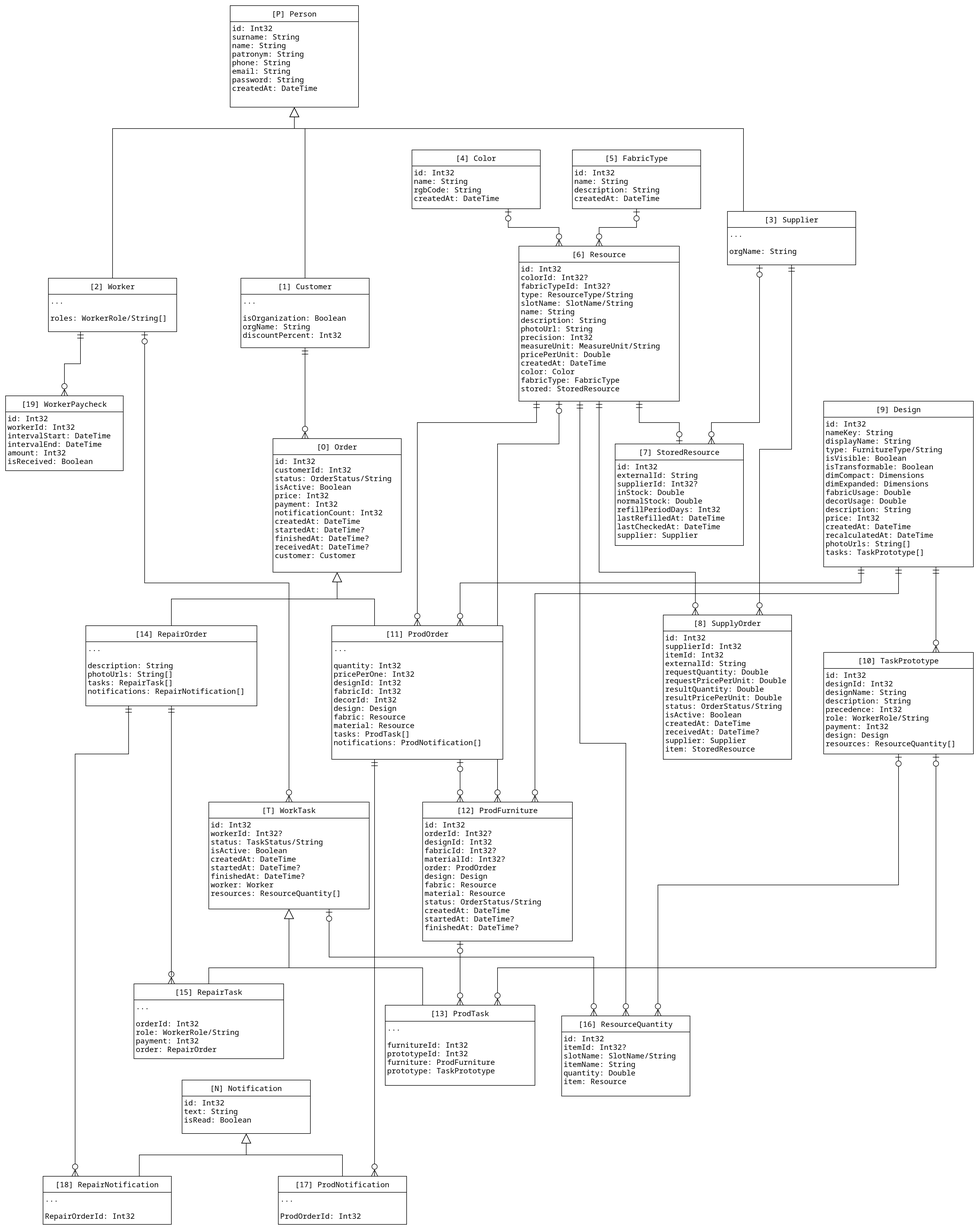
The draw.io diagram science/datamodel-v3.png in dmitriynaumov1024/fwsh, before a commit. Source tidied: cells renumbered, new cells last; positions are measured from the earlier drawing's top-left corner, leaving out a move shared by most shapes.
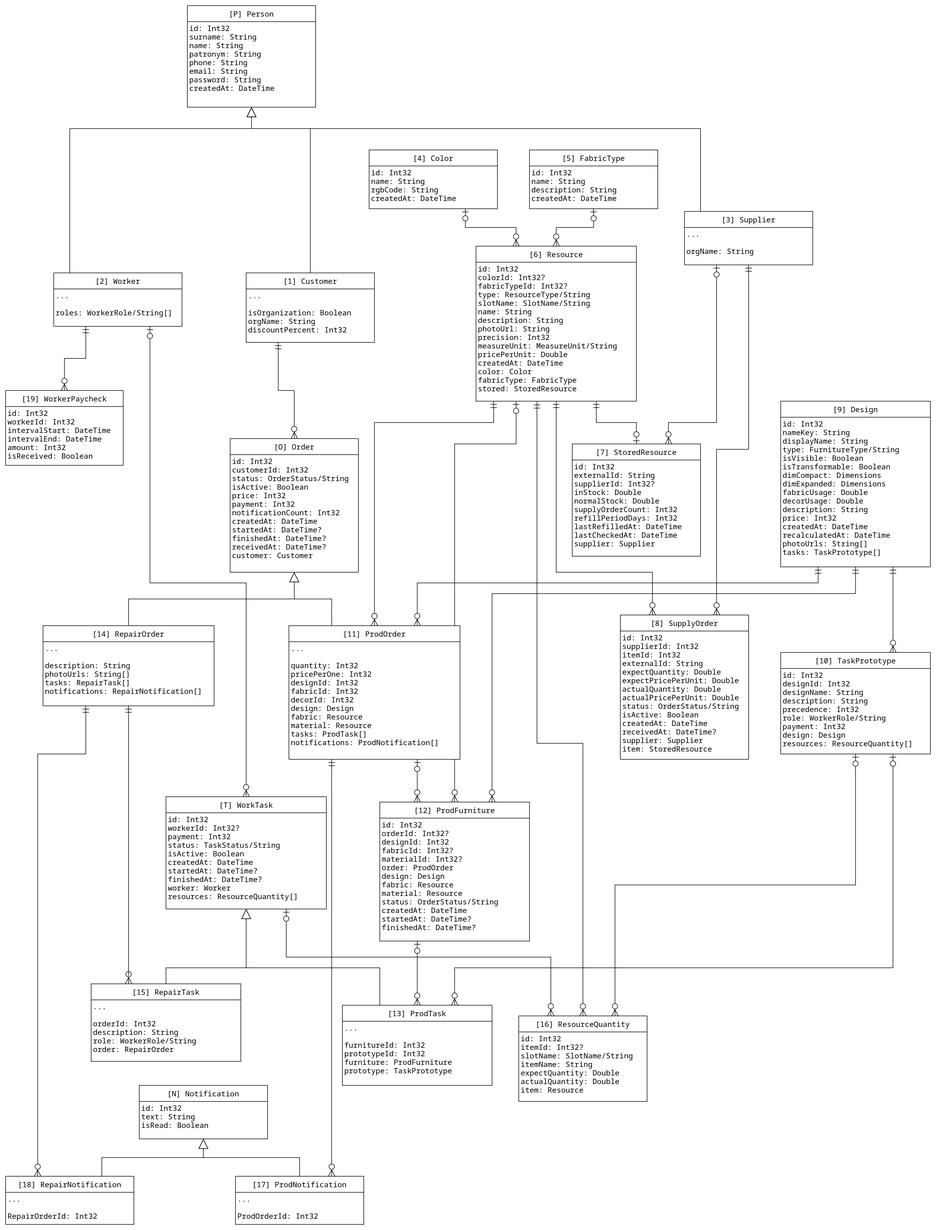
After the commit.

Commit message:
science: update datamodel-v3

Change to the diagram source:
```diff
@@ -25,27 +25,27 @@
       <mxGeometry x="420" y="30" width="240" height="160" as="geometry" />
     </mxCell>
     <mxCell id="6" value="[1] Customer" style="rounded=0;whiteSpace=wrap;html=1;fontFamily=Noto Sans Mono;fontSize=14;" parent="1" vertex="1">
-      <mxGeometry x="440" y="510" width="240" height="30" as="geometry" />
+      <mxGeometry x="530" y="500" width="240" height="30" as="geometry" />
     </mxCell>
-    <mxCell id="7" style="edgeStyle=orthogonalEdgeStyle;rounded=0;jettySize=auto;html=1;exitX=0.5;exitY=1;exitDx=0;exitDy=0;entryX=0.25;entryY=0;entryDx=0;entryDy=0;fontFamily=Noto Sans Mono;fontSize=14;startArrow=ERmandOne;startFill=0;endArrow=ERzeroToMany;endFill=0;endSize=10;startSize=10;" parent="1" edge="1" source="8" target="48">
+    <mxCell id="7" style="edgeStyle=orthogonalEdgeStyle;rounded=0;jettySize=auto;html=1;exitX=0.25;exitY=1;exitDx=0;exitDy=0;entryX=0.5;entryY=0;entryDx=0;entryDy=0;fontFamily=Noto Sans Mono;fontSize=14;startArrow=ERmandOne;startFill=0;endArrow=ERzeroToMany;endFill=0;endSize=10;startSize=10;" parent="1" edge="1" source="8" target="48">
       <mxGeometry relative="1" as="geometry" />
     </mxCell>
     <mxCell id="8" value="...&lt;br&gt;&lt;br&gt;isOrganization: Boolean&lt;br&gt;orgName: String&lt;br&gt;discountPercent: Int32" style="rounded=0;whiteSpace=wrap;html=1;fontFamily=Noto Sans Mono;fontSize=14;spacing=0;spacingLeft=4;align=left;verticalAlign=top;" parent="1" vertex="1">
-      <mxGeometry x="440" y="540" width="240" height="100" as="geometry" />
+      <mxGeometry x="530" y="530" width="240" height="100" as="geometry" />
     </mxCell>
     <mxCell id="9" style="endArrow=block;endSize=16;endFill=0;html=1;rounded=0;fontFamily=Noto Sans Mono;fontSize=14;entryX=0.5;entryY=1;entryDx=0;entryDy=0;exitX=0.5;exitY=0;exitDx=0;exitDy=0;edgeStyle=orthogonalEdgeStyle;" parent="1" edge="1" source="6" target="5">
       <mxGeometry relative="1" as="geometry">
         <Array as="points">
-          <mxPoint x="560" y="230" />
+          <mxPoint x="650" y="230" />
           <mxPoint x="540" y="230" />
         </Array>
       </mxGeometry>
     </mxCell>
     <mxCell id="10" value="[2] Worker" style="rounded=0;whiteSpace=wrap;html=1;fontFamily=Noto Sans Mono;fontSize=14;" parent="1" vertex="1">
-      <mxGeometry x="80" y="510" width="240" height="30" as="geometry" />
+      <mxGeometry x="170" y="500" width="240" height="30" as="geometry" />
     </mxCell>
     <mxCell id="11" value="...&lt;br&gt;&lt;br&gt;roles: WorkerRole/String[]" style="rounded=0;whiteSpace=wrap;html=1;fontFamily=Noto Sans Mono;fontSize=14;spacing=0;spacingLeft=4;align=left;verticalAlign=top;" parent="1" vertex="1">
-      <mxGeometry x="80" y="540" width="240" height="70" as="geometry" />
+      <mxGeometry x="170" y="530" width="240" height="70" as="geometry" />
     </mxCell>
     <mxCell id="12" style="endArrow=block;endSize=16;endFill=0;html=1;rounded=0;fontFamily=Noto Sans Mono;fontSize=14;exitX=0.5;exitY=0;exitDx=0;exitDy=0;entryX=0.5;entryY=1;entryDx=0;entryDy=0;edgeStyle=orthogonalEdgeStyle;" parent="1" edge="1" source="10" target="5">
       <mxGeometry relative="1" as="geometry">
@@ -83,37 +83,32 @@
       <mxGeometry relative="1" as="geometry">
         <Array as="points">
           <mxPoint x="230" y="1400" />
-          <mxPoint x="130" y="1400" />
+          <mxPoint x="140" y="1400" />
         </Array>
       </mxGeometry>
     </mxCell>
     <mxCell id="20" value="[18] RepairNotification" style="rounded=0;whiteSpace=wrap;html=1;fontFamily=Noto Sans Mono;fontSize=14;" parent="1" vertex="1">
-      <mxGeometry x="70" y="2190" width="240" height="30" as="geometry" />
+      <mxGeometry x="80" y="2190" width="240" height="30" as="geometry" />
     </mxCell>
     <mxCell id="21" value="...&lt;br&gt;&lt;br&gt;RepairOrderId: Int32" style="rounded=0;whiteSpace=wrap;html=1;fontFamily=Noto Sans Mono;fontSize=14;spacing=0;spacingLeft=4;align=left;verticalAlign=top;" parent="1" vertex="1">
-      <mxGeometry x="70" y="2220" width="240" height="60" as="geometry" />
+      <mxGeometry x="80" y="2220" width="240" height="60" as="geometry" />
     </mxCell>
     <mxCell id="22" value="[N] Notification" style="rounded=0;whiteSpace=wrap;html=1;fontFamily=Noto Sans Mono;fontSize=14;" parent="1" vertex="1">
-      <mxGeometry x="330" y="2010" width="240" height="30" as="geometry" />
+      <mxGeometry x="330" y="2020" width="240" height="30" as="geometry" />
     </mxCell>
     <mxCell id="23" value="id: Int32&lt;br&gt;text: String&lt;br&gt;isRead: Boolean" style="rounded=0;whiteSpace=wrap;html=1;fontFamily=Noto Sans Mono;fontSize=14;spacing=0;spacingLeft=4;align=left;verticalAlign=top;" parent="1" vertex="1">
-      <mxGeometry x="330" y="2040" width="240" height="70" as="geometry" />
+      <mxGeometry x="330" y="2050" width="240" height="70" as="geometry" />
     </mxCell>
     <mxCell id="24" style="endArrow=block;endSize=16;endFill=0;html=1;rounded=0;fontFamily=Noto Sans Mono;fontSize=14;exitX=0.5;exitY=0;exitDx=0;exitDy=0;entryX=0.5;entryY=1;entryDx=0;entryDy=0;edgeStyle=orthogonalEdgeStyle;" parent="1" edge="1" source="17" target="23">
       <mxGeometry relative="1" as="geometry" />
     </mxCell>
     <mxCell id="25" style="endArrow=block;endSize=16;endFill=0;html=1;rounded=0;fontFamily=Noto Sans Mono;fontSize=14;exitX=0.75;exitY=0;exitDx=0;exitDy=0;entryX=0.5;entryY=1;entryDx=0;entryDy=0;edgeStyle=orthogonalEdgeStyle;" parent="1" edge="1" source="20" target="23">
-      <mxGeometry relative="1" as="geometry">
-        <Array as="points">
-          <mxPoint x="250" y="2150" />
-          <mxPoint x="450" y="2150" />
-        </Array>
-      </mxGeometry>
+      <mxGeometry relative="1" as="geometry" />
     </mxCell>
     <mxCell id="26" value="[8] SupplyOrder" style="rounded=0;whiteSpace=wrap;html=1;fontFamily=Noto Sans Mono;fontSize=14;" parent="1" vertex="1">
       <mxGeometry x="1230" y="1140" width="240" height="30" as="geometry" />
     </mxCell>
-    <mxCell id="27" value="id: Int32&lt;br&gt;supplierId: Int32&lt;br&gt;itemId: Int32&lt;br&gt;externalId: String&lt;br&gt;requestQuantity: Double&lt;br&gt;requestPricePerUnit: Double&lt;br&gt;resultQuantity: Double&lt;br&gt;resultPricePerUnit: Double&lt;br&gt;status: OrderStatus/String&lt;br&gt;isActive: Boolean&lt;br&gt;createdAt: DateTime&lt;br&gt;receivedAt: DateTime?&lt;br&gt;supplier: Supplier&lt;br&gt;item: StoredResource&lt;br&gt;" style="rounded=0;whiteSpace=wrap;html=1;fontFamily=Noto Sans Mono;fontSize=14;spacing=0;spacingLeft=4;align=left;verticalAlign=top;" parent="1" vertex="1">
+    <mxCell id="27" value="id: Int32&lt;br&gt;supplierId: Int32&lt;br&gt;itemId: Int32&lt;br&gt;externalId: String&lt;br&gt;expectQuantity: Double&lt;br&gt;expectPricePerUnit: Double&lt;br&gt;actualQuantity: Double&lt;br&gt;actualPricePerUnit: Double&lt;br&gt;status: OrderStatus/String&lt;br&gt;isActive: Boolean&lt;br&gt;createdAt: DateTime&lt;br&gt;receivedAt: DateTime?&lt;br&gt;supplier: Supplier&lt;br&gt;item: StoredResource" style="rounded=0;whiteSpace=wrap;html=1;fontFamily=Noto Sans Mono;fontSize=14;spacing=0;spacingLeft=4;align=left;verticalAlign=top;" parent="1" vertex="1">
       <mxGeometry x="1230" y="1170" width="240" height="240" as="geometry" />
     </mxCell>
     <mxCell id="28" value="[6] Resource" style="rounded=0;whiteSpace=wrap;html=1;fontFamily=Noto Sans Mono;fontSize=14;" parent="1" vertex="1">
@@ -125,8 +120,8 @@
     <mxCell id="30" value="[7] StoredResource" style="rounded=0;whiteSpace=wrap;html=1;fontFamily=Noto Sans Mono;fontSize=14;" parent="1" vertex="1">
       <mxGeometry x="1140" y="820" width="240" height="30" as="geometry" />
     </mxCell>
-    <mxCell id="31" value="id: Int32&lt;br&gt;externalId: String&lt;br&gt;supplierId: Int32?&lt;br&gt;inStock: Double&lt;br&gt;normalStock: Double&lt;br&gt;refillPeriodDays: Int32&lt;br&gt;lastRefilledAt: DateTime&lt;br&gt;lastCheckedAt: DateTime&lt;br&gt;supplier: Supplier" style="rounded=0;whiteSpace=wrap;html=1;fontFamily=Noto Sans Mono;fontSize=14;spacing=0;spacingLeft=4;align=left;verticalAlign=top;" parent="1" vertex="1">
-      <mxGeometry x="1140" y="850" width="240" height="160" as="geometry" />
+    <mxCell id="31" value="id: Int32&lt;br&gt;externalId: String&lt;br&gt;supplierId: Int32?&lt;br&gt;inStock: Double&lt;br&gt;normalStock: Double&lt;br&gt;supplyOrderCount: Int32&lt;br&gt;refillPeriodDays: Int32&lt;br&gt;lastRefilledAt: DateTime&lt;br&gt;lastCheckedAt: DateTime&lt;br&gt;supplier: Supplier" style="rounded=0;whiteSpace=wrap;html=1;fontFamily=Noto Sans Mono;fontSize=14;spacing=0;spacingLeft=4;align=left;verticalAlign=top;" parent="1" vertex="1">
+      <mxGeometry x="1140" y="850" width="240" height="180" as="geometry" />
     </mxCell>
     <mxCell id="32" value="[4] Color" style="rounded=0;whiteSpace=wrap;html=1;fontFamily=Noto Sans Mono;fontSize=14;" parent="1" vertex="1">
       <mxGeometry x="760" y="270" width="240" height="30" as="geometry" />
@@ -221,8 +216,8 @@
     <mxCell id="57" value="[16] ResourceQuantity" style="rounded=0;whiteSpace=wrap;html=1;fontFamily=Noto Sans Mono;fontSize=14;" parent="1" vertex="1">
       <mxGeometry x="1040" y="1890" width="240" height="30" as="geometry" />
     </mxCell>
-    <mxCell id="58" value="id: Int32&lt;br&gt;itemId: Int32?&lt;br&gt;slotName: SlotName/String&lt;br&gt;itemName: String&lt;br&gt;quantity: Double&lt;br&gt;item: Resource" style="rounded=0;whiteSpace=wrap;html=1;fontFamily=Noto Sans Mono;fontSize=14;spacing=0;spacingLeft=4;align=left;verticalAlign=top;" parent="1" vertex="1">
-      <mxGeometry x="1040" y="1920" width="240" height="120" as="geometry" />
+    <mxCell id="58" value="id: Int32&lt;br&gt;itemId: Int32?&lt;br&gt;slotName: SlotName/String&lt;br&gt;itemName: String&lt;br&gt;expectQuantity: Double&lt;br&gt;actualQuantity: Double&lt;br&gt;item: Resource" style="rounded=0;whiteSpace=wrap;html=1;fontFamily=Noto Sans Mono;fontSize=14;spacing=0;spacingLeft=4;align=left;verticalAlign=top;" parent="1" vertex="1">
+      <mxGeometry x="1040" y="1920" width="240" height="130" as="geometry" />
     </mxCell>
     <mxCell id="59" style="edgeStyle=orthogonalEdgeStyle;rounded=0;jettySize=auto;html=1;exitX=0.5;exitY=1;exitDx=0;exitDy=0;entryX=0.75;entryY=0;entryDx=0;entryDy=0;fontFamily=Noto Sans Mono;fontSize=14;startArrow=ERzeroToOne;startFill=0;endArrow=ERzeroToMany;endFill=0;endSize=10;startSize=10;" parent="1" edge="1" source="44" target="57">
       <mxGeometry relative="1" as="geometry" />
@@ -236,14 +231,14 @@
     <mxCell id="62" value="[15] RepairTask" style="rounded=0;whiteSpace=wrap;html=1;fontFamily=Noto Sans Mono;fontSize=14;" parent="1" vertex="1">
       <mxGeometry x="240" y="1830" width="280" height="30" as="geometry" />
     </mxCell>
-    <mxCell id="63" value="...&lt;br&gt;&lt;br&gt;orderId: Int32&lt;br&gt;role: WorkerRole/String&lt;br&gt;payment: Int32&lt;br&gt;order: RepairOrder" style="rounded=0;whiteSpace=wrap;html=1;fontFamily=Noto Sans Mono;fontSize=14;spacing=0;spacingLeft=4;align=left;verticalAlign=top;" parent="1" vertex="1">
-      <mxGeometry x="240" y="1860" width="280" height="110" as="geometry" />
+    <mxCell id="63" value="...&lt;br&gt;&lt;br&gt;orderId: Int32&lt;br&gt;description: String&lt;br&gt;role: WorkerRole/String&lt;br&gt;order: RepairOrder" style="rounded=0;whiteSpace=wrap;html=1;fontFamily=Noto Sans Mono;fontSize=14;spacing=0;spacingLeft=4;align=left;verticalAlign=top;" parent="1" vertex="1">
+      <mxGeometry x="240" y="1860" width="280" height="115" as="geometry" />
     </mxCell>
     <mxCell id="64" value="[T] WorkTask" style="rounded=0;whiteSpace=wrap;html=1;fontFamily=Noto Sans Mono;fontSize=14;" parent="1" vertex="1">
-      <mxGeometry x="380" y="1490" width="300" height="30" as="geometry" />
+      <mxGeometry x="380" y="1480" width="300" height="30" as="geometry" />
     </mxCell>
-    <mxCell id="65" value="id: Int32&lt;br&gt;workerId: Int32?&lt;br&gt;status: TaskStatus/String&lt;br&gt;isActive: Boolean&lt;br&gt;createdAt: DateTime&lt;br&gt;startedAt: DateTime?&lt;br&gt;finishedAt: DateTime?&lt;br&gt;worker: Worker&lt;br&gt;resources: ResourceQuantity[]" style="rounded=0;whiteSpace=wrap;html=1;fontFamily=Noto Sans Mono;fontSize=14;spacing=0;spacingLeft=4;align=left;verticalAlign=top;" parent="1" vertex="1">
-      <mxGeometry x="380" y="1520" width="300" height="170" as="geometry" />
+    <mxCell id="65" value="id: Int32&lt;br&gt;workerId: Int32?&lt;br&gt;payment: Int32&lt;br&gt;status: TaskStatus/String&lt;br&gt;isActive: Boolean&lt;br&gt;createdAt: DateTime&lt;br&gt;startedAt: DateTime?&lt;br&gt;finishedAt: DateTime?&lt;br&gt;worker: Worker&lt;br&gt;resources: ResourceQuantity[]" style="rounded=0;whiteSpace=wrap;html=1;fontFamily=Noto Sans Mono;fontSize=14;spacing=0;spacingLeft=4;align=left;verticalAlign=top;" parent="1" vertex="1">
+      <mxGeometry x="380" y="1510" width="300" height="180" as="geometry" />
     </mxCell>
     <mxCell id="66" style="endArrow=block;endSize=16;endFill=0;html=1;rounded=0;fontFamily=Noto Sans Mono;fontSize=14;entryX=0.5;entryY=1;entryDx=0;entryDy=0;edgeStyle=orthogonalEdgeStyle;exitX=0.25;exitY=0;exitDx=0;exitDy=0;" parent="1" edge="1" source="60" target="65">
       <mxGeometry relative="1" as="geometry">
@@ -271,7 +266,7 @@
     <mxCell id="69" style="edgeStyle=orthogonalEdgeStyle;rounded=0;jettySize=auto;html=1;exitX=0.75;exitY=1;exitDx=0;exitDy=0;fontFamily=Noto Sans Mono;fontSize=14;startArrow=ERzeroToOne;startFill=0;endArrow=ERzeroToMany;endFill=0;endSize=10;startSize=10;entryX=0.5;entryY=0;entryDx=0;entryDy=0;" parent="1" edge="1" source="11" target="64">
       <mxGeometry relative="1" as="geometry">
         <Array as="points">
-          <mxPoint x="260" y="1080" />
+          <mxPoint x="350" y="1080" />
           <mxPoint x="530" y="1080" />
         </Array>
       </mxGeometry>
@@ -293,13 +288,13 @@
       </mxGeometry>
     </mxCell>
     <mxCell id="72" value="[19] WorkerPaycheck" style="rounded=0;whiteSpace=wrap;html=1;fontFamily=Noto Sans Mono;fontSize=14;" parent="1" vertex="1">
-      <mxGeometry y="730" width="220" height="30" as="geometry" />
+      <mxGeometry x="80" y="720" width="220" height="30" as="geometry" />
     </mxCell>
     <mxCell id="73" style="edgeStyle=orthogonalEdgeStyle;rounded=0;jettySize=auto;html=1;exitX=0.25;exitY=1;exitDx=0;exitDy=0;entryX=0.5;entryY=0;entryDx=0;entryDy=0;fontFamily=Noto Sans Mono;fontSize=14;startArrow=ERmandOne;startFill=0;endArrow=ERzeroToMany;endFill=0;endSize=10;startSize=10;" parent="1" edge="1" source="11" target="72">
       <mxGeometry relative="1" as="geometry" />
     </mxCell>
     <mxCell id="74" value="id: Int32&lt;br&gt;workerId: Int32&lt;br&gt;intervalStart: DateTime&lt;br&gt;intervalEnd: DateTime&lt;br&gt;amount: Int32&lt;br&gt;isReceived: Boolean" style="rounded=0;whiteSpace=wrap;html=1;fontFamily=Noto Sans Mono;fontSize=14;spacing=0;spacingLeft=4;align=left;verticalAlign=top;" parent="1" vertex="1">
-      <mxGeometry y="760" width="220" height="110" as="geometry" />
+      <mxGeometry x="80" y="750" width="220" height="110" as="geometry" />
     </mxCell>
     <mxCell id="75" style="edgeStyle=orthogonalEdgeStyle;rounded=0;jettySize=auto;html=1;exitX=0.25;exitY=1;exitDx=0;exitDy=0;fontFamily=Noto Sans Mono;fontSize=14;startArrow=ERmandOne;startFill=0;endArrow=ERzeroToMany;endFill=0;endSize=10;startSize=10;entryX=0.75;entryY=0;entryDx=0;entryDy=0;" parent="1" edge="1" source="42" target="46">
       <mxGeometry relative="1" as="geometry">
```
